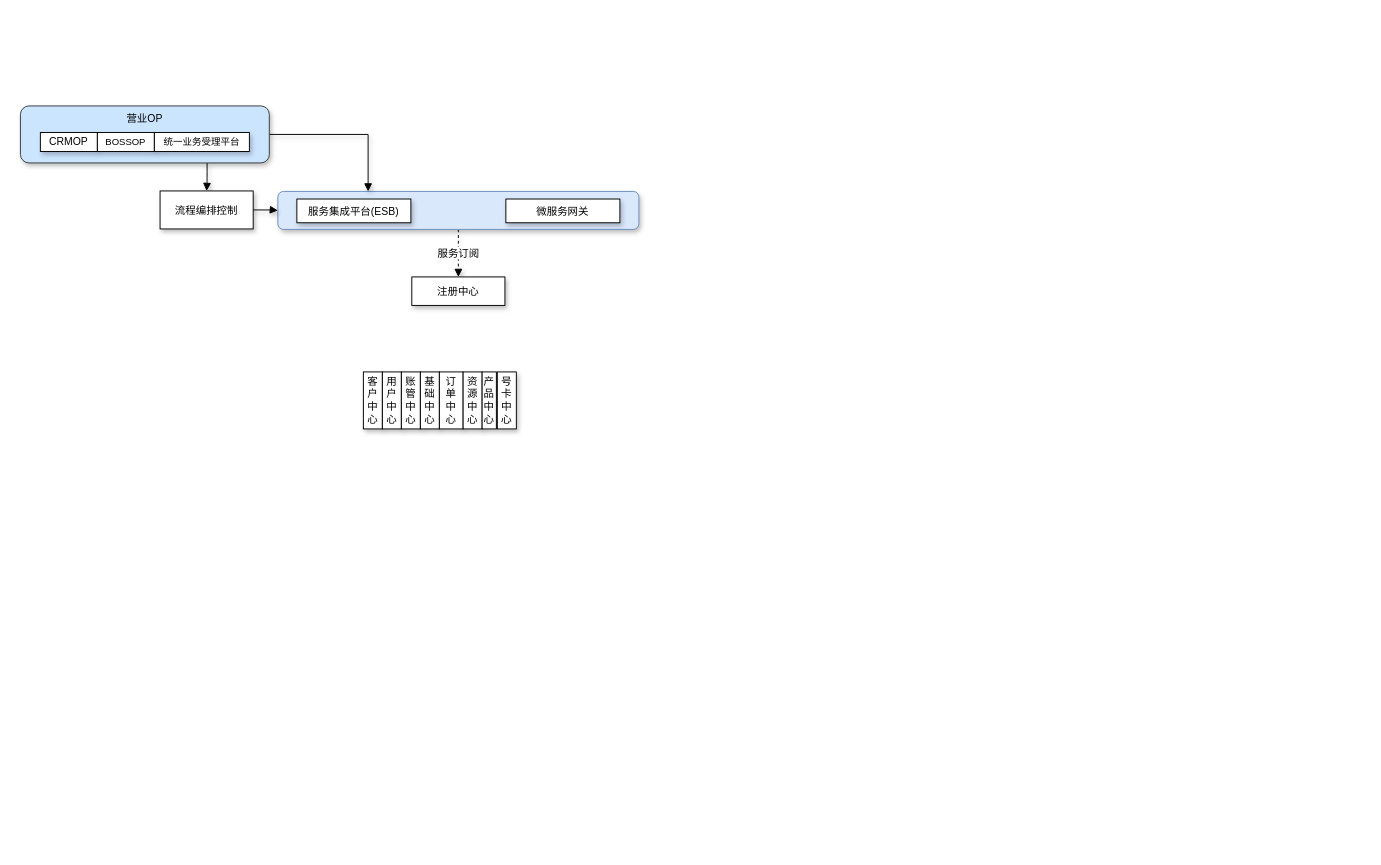
Earlier version of the draw.io diagram page "安徽移动系统地图" (8 of 8) of 微服务.drawio (qymmdj/draw-io). Source tidied: cells renumbered, new cells numbered last; positions are measured from the earlier drawing's top-left corner, leaving out a move shared by most shapes. Both pictures are drawn from the tidied source at 95%, with x=0, y=0 at pixel (20, 105).
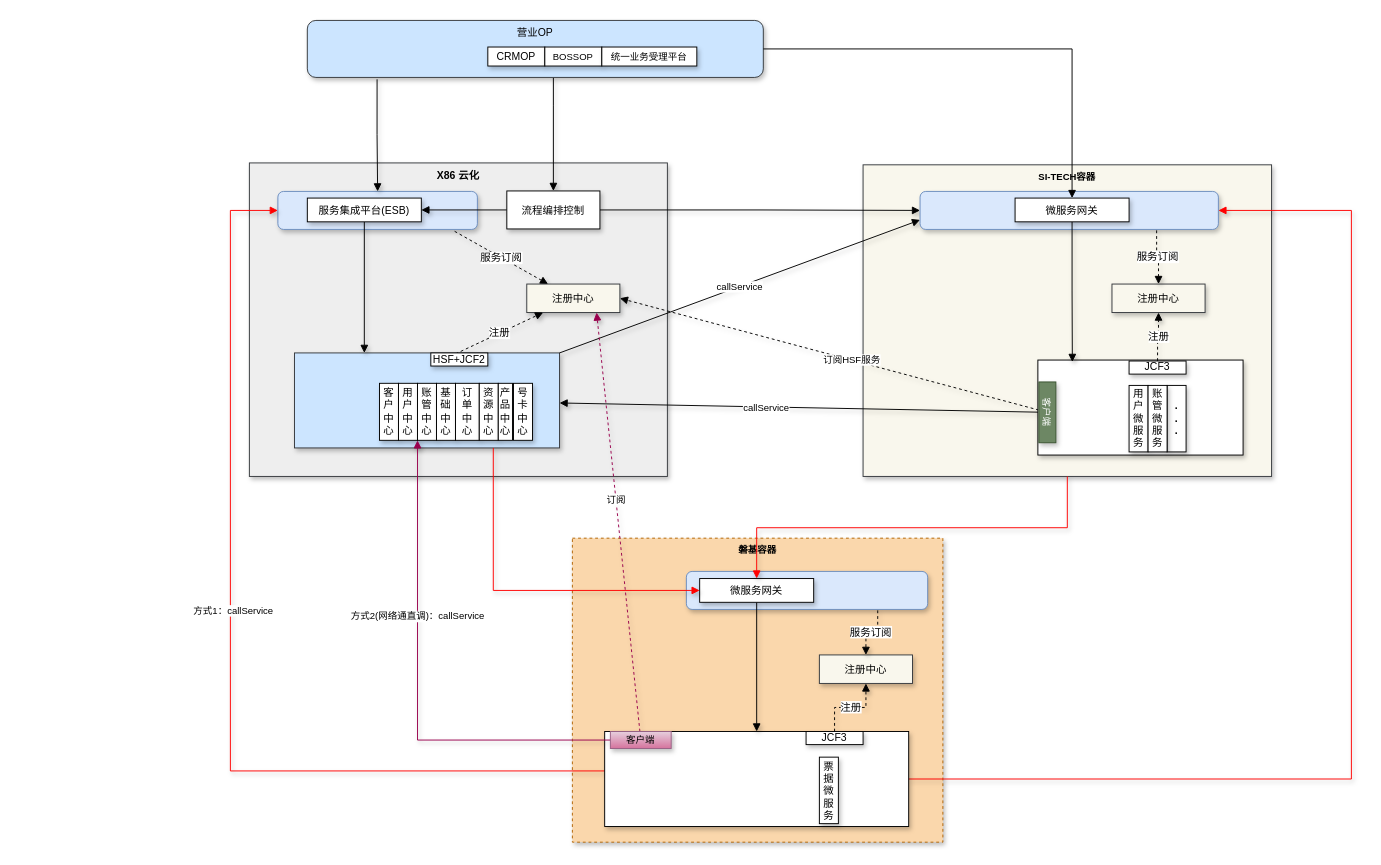
The same diagram, later.

Change to the diagram source:
```diff
@@
+    <mxCell id="23" value="磐基容器" style="rounded=0;whiteSpace=wrap;html=1;shadow=1;fontSize=10;fillColor=#fad7ac;strokeColor=#b46504;verticalAlign=top;fontStyle=1;dashed=1;" parent="1" vertex="1">
+      <mxGeometry x="581" y="455" width="390" height="320" as="geometry" />
+    </mxCell>
+    <mxCell id="24" value="SI-TECH容器" style="rounded=0;whiteSpace=wrap;html=1;shadow=1;fontSize=10;fillColor=#f9f7ed;strokeColor=#36393d;verticalAlign=top;fontStyle=1;" parent="1" vertex="1">
+      <mxGeometry x="887" y="62" width="430" height="328" as="geometry" />
+    </mxCell>
+    <mxCell id="25" value="X86 云化" style="rounded=0;whiteSpace=wrap;html=1;shadow=1;fontSize=11;fillColor=#eeeeee;strokeColor=#36393d;verticalAlign=top;fontStyle=1;" parent="1" vertex="1">
+      <mxGeometry x="241" y="60" width="440" height="330" as="geometry" />
+    </mxCell>
+    <mxCell id="26" style="rounded=0;whiteSpace=wrap;html=1;shadow=1;fontSize=11;fillColor=#cce5ff;strokeColor=#36393d;" parent="1" vertex="1">
+      <mxGeometry x="288.5" y="260" width="279" height="100" as="geometry" />
+    </mxCell>
-    <mxCell id="2" value="服务订阅" style="edgeStyle=orthogonalEdgeStyle;rounded=0;jettySize=auto;html=1;shadow=1;fontSize=11;startArrow=none;startFill=0;endArrow=block;endFill=1;dashed=1;" parent="1" edge="1" source="3" target="22">
+    <mxCell id="2" value="服务订阅" style="rounded=0;jettySize=auto;html=1;shadow=1;fontSize=11;startArrow=none;startFill=0;endArrow=block;endFill=1;dashed=1;exitX=0.886;exitY=1.05;exitDx=0;exitDy=0;exitPerimeter=0;" parent="1" edge="1" source="3" target="22">
       <mxGeometry relative="1" as="geometry" />
     </mxCell>
     <mxCell id="3" style="rounded=1;whiteSpace=wrap;html=1;shadow=1;fontSize=11;fillColor=#dae8fc;strokeColor=#6c8ebf;align=left;fontStyle=1;" parent="1" vertex="1">
-      <mxGeometry x="271" y="90" width="380" height="40" as="geometry" />
+      <mxGeometry x="271" y="90" width="210" height="40" as="geometry" />
     </mxCell>
+    <mxCell id="5" style="edgeStyle=orthogonalEdgeStyle;rounded=0;jettySize=auto;html=1;entryX=0.5;entryY=0;entryDx=0;entryDy=0;shadow=1;fontSize=11;startArrow=none;startFill=0;endArrow=block;endFill=1;exitX=0.153;exitY=1.033;exitDx=0;exitDy=0;exitPerimeter=0;" parent="1" edge="1" source="6" target="3">
+      <mxGeometry relative="1" as="geometry" />
+    </mxCell>
-    <mxCell id="4" style="edgeStyle=orthogonalEdgeStyle;curved=1;rounded=0;jettySize=auto;html=1;shadow=1;fontSize=11;startArrow=none;startFill=0;endArrow=block;endFill=1;exitX=0.75;exitY=1;exitDx=0;exitDy=0;" parent="1" edge="1" source="6" target="21">
-      <mxGeometry relative="1" as="geometry" />
+    <mxCell id="4" style="edgeStyle=orthogonalEdgeStyle;rounded=0;jettySize=auto;html=1;entryX=0.5;entryY=0;entryDx=0;entryDy=0;shadow=1;fontSize=10;startArrow=none;startFill=0;endArrow=block;endFill=1;" parent="1" edge="1" source="6" target="21">
+      <mxGeometry relative="1" as="geometry">
+        <Array as="points">
+          <mxPoint x="561" />
+          <mxPoint x="561" />
+        </Array>
+      </mxGeometry>
     </mxCell>
-    <mxCell id="5" style="edgeStyle=orthogonalEdgeStyle;rounded=0;jettySize=auto;html=1;entryX=0.25;entryY=0;entryDx=0;entryDy=0;shadow=1;fontSize=11;startArrow=none;startFill=0;endArrow=block;endFill=1;" parent="1" edge="1" source="6" target="3">
-      <mxGeometry relative="1" as="geometry" />
-    </mxCell>
     <mxCell id="6" value="营业OP" style="rounded=1;whiteSpace=wrap;html=1;shadow=1;fontSize=11;verticalAlign=top;fillColor=#cce5ff;strokeColor=#36393d;" parent="1" vertex="1">
-      <mxGeometry width="262" height="60" as="geometry" />
+      <mxGeometry x="302" y="-90" width="480" height="60" as="geometry" />
     </mxCell>
     <mxCell id="7" value="&lt;font style=&quot;font-size: 11px;&quot;&gt;CRMOP&lt;/font&gt;" style="rounded=0;whiteSpace=wrap;html=1;shadow=1;fontSize=10;" parent="1" vertex="1">
-      <mxGeometry x="21" y="28" width="60" height="20" as="geometry" />
+      <mxGeometry x="492" y="-62" width="60" height="20" as="geometry" />
     </mxCell>
     <mxCell id="8" value="BOSSOP" style="rounded=0;whiteSpace=wrap;html=1;shadow=1;fontSize=10;" parent="1" vertex="1">
-      <mxGeometry x="81" y="28" width="60" height="20" as="geometry" />
+      <mxGeometry x="552" y="-62" width="60" height="20" as="geometry" />
     </mxCell>
     <mxCell id="9" value="统一业务受理平台" style="rounded=0;whiteSpace=wrap;html=1;shadow=1;fontSize=10;" parent="1" vertex="1">
-      <mxGeometry x="141" y="28" width="100" height="20" as="geometry" />
+      <mxGeometry x="612" y="-62" width="100" height="20" as="geometry" />
     </mxCell>
+    <mxCell id="27" style="rounded=0;jettySize=auto;html=1;shadow=1;fontSize=11;startArrow=none;startFill=0;endArrow=block;endFill=1;" parent="1" edge="1" source="10">
+      <mxGeometry relative="1" as="geometry">
+        <mxPoint x="362" y="260" as="targetPoint" />
+      </mxGeometry>
+    </mxCell>
     <mxCell id="10" value="服务集成平台(ESB)" style="rounded=0;whiteSpace=wrap;html=1;shadow=1;fontSize=11;" parent="1" vertex="1">
-      <mxGeometry x="291" y="98" width="120" height="25" as="geometry" />
+      <mxGeometry x="302" y="97" width="120" height="25" as="geometry" />
     </mxCell>
-    <mxCell id="11" value="微服务网关" style="rounded=0;whiteSpace=wrap;html=1;shadow=1;fontSize=11;" parent="1" vertex="1">
-      <mxGeometry x="511" y="98" width="120" height="25" as="geometry" />
-    </mxCell>
     <mxCell id="12" value="客&lt;br&gt;户&lt;br&gt;中&lt;br&gt;心" style="rounded=0;whiteSpace=wrap;html=1;shadow=1;fontSize=11;" parent="1" vertex="1">
-      <mxGeometry x="361" y="280" width="20" height="60" as="geometry" />
+      <mxGeometry x="378" y="292" width="20" height="60" as="geometry" />
     </mxCell>
     <mxCell id="13" value="用&lt;br&gt;户&lt;br&gt;中&lt;br&gt;心" style="rounded=0;whiteSpace=wrap;html=1;shadow=1;fontSize=11;" parent="1" vertex="1">
-      <mxGeometry x="381" y="280" width="20" height="60" as="geometry" />
+      <mxGeometry x="398" y="292" width="20" height="60" as="geometry" />
     </mxCell>
     <mxCell id="14" value="账&lt;br&gt;管&lt;br&gt;中&lt;br&gt;心" style="rounded=0;whiteSpace=wrap;html=1;shadow=1;fontSize=11;" parent="1" vertex="1">
-      <mxGeometry x="401" y="280" width="20" height="60" as="geometry" />
+      <mxGeometry x="418" y="292" width="20" height="60" as="geometry" />
     </mxCell>
     <mxCell id="15" value="基&lt;br&gt;础&lt;br&gt;中&lt;br&gt;心" style="rounded=0;whiteSpace=wrap;html=1;shadow=1;fontSize=11;" parent="1" vertex="1">
-      <mxGeometry x="421" y="280" width="20" height="60" as="geometry" />
+      <mxGeometry x="438" y="292" width="20" height="60" as="geometry" />
     </mxCell>
     <mxCell id="16" value="订&lt;br&gt;单&lt;br&gt;中&lt;br&gt;心" style="rounded=0;whiteSpace=wrap;html=1;shadow=1;fontSize=11;" parent="1" vertex="1">
-      <mxGeometry x="441" y="280" width="25" height="60" as="geometry" />
+      <mxGeometry x="458" y="292" width="25" height="60" as="geometry" />
     </mxCell>
     <mxCell id="17" value="资&lt;br&gt;源&lt;br&gt;中&lt;br&gt;心" style="rounded=0;whiteSpace=wrap;html=1;shadow=1;fontSize=11;" parent="1" vertex="1">
-      <mxGeometry x="466" y="280" width="20" height="60" as="geometry" />
+      <mxGeometry x="483" y="292" width="20" height="60" as="geometry" />
     </mxCell>
     <mxCell id="18" value="产&lt;br&gt;品&lt;br&gt;中&lt;br&gt;心" style="rounded=0;whiteSpace=wrap;html=1;shadow=1;fontSize=11;" parent="1" vertex="1">
-      <mxGeometry x="486" y="280" width="15" height="60" as="geometry" />
+      <mxGeometry x="503" y="292" width="15" height="60" as="geometry" />
     </mxCell>
     <mxCell id="19" value="号&lt;br&gt;卡&lt;br&gt;中&lt;br&gt;心" style="rounded=0;whiteSpace=wrap;html=1;shadow=1;fontSize=11;" parent="1" vertex="1">
-      <mxGeometry x="502" y="280" width="20" height="60" as="geometry" />
+      <mxGeometry x="519" y="292" width="20" height="60" as="geometry" />
     </mxCell>
-    <mxCell id="20" style="edgeStyle=orthogonalEdgeStyle;rounded=0;jettySize=auto;html=1;entryX=0;entryY=0.5;entryDx=0;entryDy=0;shadow=1;fontSize=11;startArrow=none;startFill=0;endArrow=block;endFill=1;" parent="1" edge="1" source="21" target="3">
-      <mxGeometry relative="1" as="geometry" />
-    </mxCell>
+    <mxCell id="22" value="注册中心" style="rounded=0;whiteSpace=wrap;html=1;shadow=1;fontSize=11;fillColor=#f9f7ed;strokeColor=#36393d;" parent="1" vertex="1">
+      <mxGeometry x="533" y="187.5" width="98" height="30" as="geometry" />
+    </mxCell>
+    <mxCell id="28" value="注册" style="rounded=0;jettySize=auto;html=1;shadow=1;dashed=1;fontSize=11;startArrow=none;startFill=0;endArrow=block;endFill=1;" parent="1" edge="1" target="22">
+      <mxGeometry relative="1" as="geometry">
+        <mxPoint x="458" y="261" as="sourcePoint" />
+      </mxGeometry>
+    </mxCell>
+    <mxCell id="29" style="rounded=0;jettySize=auto;html=1;entryX=1;entryY=0.5;entryDx=0;entryDy=0;shadow=1;fontSize=10;startArrow=none;startFill=0;endArrow=block;endFill=1;dashed=1;" parent="1" edge="1" source="48" target="22">
+      <mxGeometry relative="1" as="geometry" />
+    </mxCell>
+    <mxCell id="30" value="订阅HSF服务" style="edgeLabel;html=1;align=center;verticalAlign=middle;fontSize=10;" parent="29" vertex="1">
+      <mxGeometry x="-0.1" y="-1" relative="1" as="geometry" />
+    </mxCell>
+    <mxCell id="31" style="edgeStyle=none;rounded=0;jettySize=auto;html=1;shadow=1;fontSize=10;startArrow=none;startFill=0;endArrow=block;endFill=1;" parent="1" edge="1" source="48" target="26">
+      <mxGeometry relative="1" as="geometry" />
+    </mxCell>
+    <mxCell id="32" value="callService" style="edgeLabel;html=1;align=center;verticalAlign=middle;fontSize=10;" parent="31" vertex="1">
+      <mxGeometry x="0.14" y="1" relative="1" as="geometry" />
+    </mxCell>
+    <mxCell id="33" value="HSF+JCF2" style="rounded=0;whiteSpace=wrap;html=1;shadow=1;fontSize=11;" parent="1" vertex="1">
+      <mxGeometry x="432" y="260" width="60" height="13.8" as="geometry" />
+    </mxCell>
+    <mxCell id="34" style="edgeStyle=orthogonalEdgeStyle;rounded=0;jettySize=auto;html=1;shadow=1;fontSize=10;startArrow=none;startFill=0;endArrow=block;endFill=1;" parent="1" edge="1" source="21" target="10">
+      <mxGeometry relative="1" as="geometry" />
+    </mxCell>
+    <mxCell id="35" style="edgeStyle=orthogonalEdgeStyle;rounded=0;jettySize=auto;html=1;entryX=0;entryY=0.5;entryDx=0;entryDy=0;shadow=1;fontSize=10;startArrow=none;startFill=0;endArrow=block;endFill=1;" parent="1" edge="1" source="21" target="38">
+      <mxGeometry relative="1" as="geometry" />
+    </mxCell>
     <mxCell id="21" value="流程编排控制" style="rounded=0;whiteSpace=wrap;html=1;shadow=1;fontSize=11;" parent="1" vertex="1">
-      <mxGeometry x="147" y="89.5" width="98" height="40" as="geometry" />
+      <mxGeometry x="512" y="89.5" width="98" height="40" as="geometry" />
     </mxCell>
-    <mxCell id="22" value="注册中心" style="rounded=0;whiteSpace=wrap;html=1;shadow=1;fontSize=11;" parent="1" vertex="1">
-      <mxGeometry x="412" y="180" width="98" height="30" as="geometry" />
-    </mxCell>
+    <mxCell id="36" value="callService" style="rounded=0;jettySize=auto;html=1;entryX=0;entryY=0.75;entryDx=0;entryDy=0;shadow=1;fontSize=10;startArrow=none;startFill=0;endArrow=block;endFill=1;exitX=1;exitY=0;exitDx=0;exitDy=0;" parent="1" edge="1" source="26" target="38">
+      <mxGeometry relative="1" as="geometry" />
+    </mxCell>
+    <mxCell id="37" style="rounded=0;whiteSpace=wrap;html=1;shadow=1;fontSize=11;" parent="1" vertex="1">
+      <mxGeometry x="1071" y="267.5" width="216" height="100" as="geometry" />
+    </mxCell>
+    <mxCell id="38" style="rounded=1;whiteSpace=wrap;html=1;shadow=1;fontSize=11;fillColor=#dae8fc;strokeColor=#6c8ebf;align=left;fontStyle=1;" parent="1" vertex="1">
+      <mxGeometry x="947" y="90" width="314" height="40" as="geometry" />
+    </mxCell>
+    <mxCell id="39" style="edgeStyle=orthogonalEdgeStyle;rounded=0;jettySize=auto;html=1;entryX=0.168;entryY=0.02;entryDx=0;entryDy=0;entryPerimeter=0;shadow=1;fontSize=11;startArrow=none;startFill=0;endArrow=block;endFill=1;" parent="1" edge="1" source="40" target="37">
+      <mxGeometry relative="1" as="geometry" />
+    </mxCell>
+    <mxCell id="40" value="微服务网关" style="rounded=0;whiteSpace=wrap;html=1;shadow=1;fontSize=11;" parent="1" vertex="1">
+      <mxGeometry x="1047" y="97" width="120" height="25" as="geometry" />
+    </mxCell>
+    <mxCell id="41" value="用户微服务" style="rounded=0;whiteSpace=wrap;html=1;shadow=1;fontSize=11;" parent="1" vertex="1">
+      <mxGeometry x="1167" y="294.2" width="20" height="70" as="geometry" />
+    </mxCell>
+    <mxCell id="42" value="&lt;b&gt;.&lt;br&gt;.&lt;br&gt;.&lt;/b&gt;" style="rounded=0;whiteSpace=wrap;html=1;shadow=1;fontSize=11;" parent="1" vertex="1">
+      <mxGeometry x="1207" y="294.2" width="20" height="70" as="geometry" />
+    </mxCell>
+    <mxCell id="43" value="账&lt;br&gt;管&lt;br&gt;微服务" style="rounded=0;whiteSpace=wrap;html=1;shadow=1;fontSize=11;" parent="1" vertex="1">
+      <mxGeometry x="1187" y="294.2" width="20" height="70" as="geometry" />
+    </mxCell>
+    <mxCell id="44" value="注册中心" style="rounded=0;whiteSpace=wrap;html=1;shadow=1;fontSize=11;fillColor=#f9f7ed;strokeColor=#36393d;" parent="1" vertex="1">
+      <mxGeometry x="1149" y="187.5" width="98" height="30" as="geometry" />
+    </mxCell>
+    <mxCell id="45" value="服务订阅" style="edgeStyle=orthogonalEdgeStyle;rounded=0;jettySize=auto;html=1;shadow=1;fontSize=11;startArrow=none;startFill=0;endArrow=block;endFill=1;dashed=1;exitX=0.793;exitY=1.025;exitDx=0;exitDy=0;exitPerimeter=0;" parent="1" edge="1" source="38" target="44">
+      <mxGeometry relative="1" as="geometry" />
+    </mxCell>
+    <mxCell id="46" value="注册" style="edgeStyle=orthogonalEdgeStyle;rounded=0;jettySize=auto;html=1;shadow=1;dashed=1;fontSize=11;startArrow=none;startFill=0;endArrow=block;endFill=1;" parent="1" edge="1" source="47" target="44">
+      <mxGeometry relative="1" as="geometry" />
+    </mxCell>
+    <mxCell id="47" value="JCF3" style="rounded=0;whiteSpace=wrap;html=1;shadow=1;fontSize=11;" parent="1" vertex="1">
+      <mxGeometry x="1167" y="268.5" width="60" height="13.8" as="geometry" />
+    </mxCell>
+    <mxCell id="48" value="&lt;span style=&quot;font-size: 10px;&quot;&gt;客户端&lt;/span&gt;" style="rounded=0;whiteSpace=wrap;html=1;shadow=1;fontSize=11;rotation=90;fillColor=#6d8764;strokeColor=#3A5431;fontColor=#ffffff;" parent="1" vertex="1">
+      <mxGeometry x="1049" y="313.6" width="64" height="17.9" as="geometry" />
+    </mxCell>
+    <mxCell id="49" style="edgeStyle=orthogonalEdgeStyle;rounded=0;jettySize=auto;html=1;entryX=0;entryY=0.5;entryDx=0;entryDy=0;shadow=1;fontSize=10;startArrow=none;startFill=0;endArrow=block;endFill=1;strokeColor=#FF0000;" parent="1" edge="1" source="52" target="3">
+      <mxGeometry relative="1" as="geometry">
+        <Array as="points">
+          <mxPoint x="221" y="700" />
+          <mxPoint x="221" y="110" />
+        </Array>
+      </mxGeometry>
+    </mxCell>
+    <mxCell id="50" value="方式1：callService" style="edgeLabel;html=1;align=center;verticalAlign=middle;fontSize=10;" parent="49" vertex="1">
+      <mxGeometry x="0.09" y="-2" relative="1" as="geometry" />
+    </mxCell>
+    <mxCell id="51" style="edgeStyle=orthogonalEdgeStyle;rounded=0;jettySize=auto;html=1;entryX=1;entryY=0.5;entryDx=0;entryDy=0;shadow=1;fontSize=10;startArrow=none;startFill=0;endArrow=block;endFill=1;strokeColor=#FF0000;" parent="1" edge="1" source="52" target="38">
+      <mxGeometry relative="1" as="geometry">
+        <Array as="points">
+          <mxPoint x="1401" y="709" />
+          <mxPoint x="1401" y="110" />
+        </Array>
+      </mxGeometry>
+    </mxCell>
+    <mxCell id="52" style="rounded=0;whiteSpace=wrap;html=1;shadow=1;fontSize=11;" parent="1" vertex="1">
+      <mxGeometry x="615" y="658.5" width="320" height="100" as="geometry" />
+    </mxCell>
+    <mxCell id="53" style="rounded=1;whiteSpace=wrap;html=1;shadow=1;fontSize=11;fillColor=#dae8fc;strokeColor=#6c8ebf;align=left;fontStyle=1;" parent="1" vertex="1">
+      <mxGeometry x="701" y="490" width="254" height="40" as="geometry" />
+    </mxCell>
+    <mxCell id="54" style="edgeStyle=orthogonalEdgeStyle;rounded=0;jettySize=auto;html=1;entryX=0.5;entryY=0;entryDx=0;entryDy=0;shadow=1;fontSize=11;startArrow=none;startFill=0;endArrow=block;endFill=1;" parent="1" edge="1" source="55" target="52">
+      <mxGeometry relative="1" as="geometry" />
+    </mxCell>
+    <mxCell id="55" value="微服务网关" style="rounded=0;whiteSpace=wrap;html=1;shadow=1;fontSize=11;" parent="1" vertex="1">
+      <mxGeometry x="715" y="497.5" width="120" height="25" as="geometry" />
+    </mxCell>
+    <mxCell id="56" value="票据微服务" style="rounded=0;whiteSpace=wrap;html=1;shadow=1;fontSize=11;" parent="1" vertex="1">
+      <mxGeometry x="841" y="685.5" width="20" height="70" as="geometry" />
+    </mxCell>
+    <mxCell id="57" value="注册中心" style="rounded=0;whiteSpace=wrap;html=1;shadow=1;fontSize=11;fillColor=#f9f7ed;strokeColor=#36393d;" parent="1" vertex="1">
+      <mxGeometry x="841" y="577.9" width="98" height="30" as="geometry" />
+    </mxCell>
+    <mxCell id="58" value="服务订阅" style="edgeStyle=orthogonalEdgeStyle;rounded=0;jettySize=auto;html=1;shadow=1;fontSize=11;startArrow=none;startFill=0;endArrow=block;endFill=1;dashed=1;exitX=0.793;exitY=1.025;exitDx=0;exitDy=0;exitPerimeter=0;" parent="1" edge="1" source="53" target="57">
+      <mxGeometry relative="1" as="geometry" />
+    </mxCell>
+    <mxCell id="59" value="注册" style="edgeStyle=orthogonalEdgeStyle;rounded=0;jettySize=auto;html=1;shadow=1;dashed=1;fontSize=11;startArrow=none;startFill=0;endArrow=block;endFill=1;" parent="1" edge="1" source="60" target="57">
+      <mxGeometry relative="1" as="geometry" />
+    </mxCell>
+    <mxCell id="60" value="JCF3" style="rounded=0;whiteSpace=wrap;html=1;shadow=1;fontSize=11;" parent="1" vertex="1">
+      <mxGeometry x="827" y="658.5" width="60" height="13.8" as="geometry" />
+    </mxCell>
+    <mxCell id="61" style="edgeStyle=elbowEdgeStyle;rounded=0;jettySize=auto;elbow=vertical;html=1;shadow=1;fontSize=10;startArrow=none;startFill=0;endArrow=block;endFill=1;strokeColor=#FF0000;" parent="1" edge="1" source="24" target="55">
+      <mxGeometry relative="1" as="geometry" />
+    </mxCell>
+    <mxCell id="62" style="edgeStyle=elbowEdgeStyle;rounded=0;jettySize=auto;elbow=vertical;html=1;shadow=1;fontSize=10;startArrow=none;startFill=0;endArrow=block;endFill=1;strokeColor=#FF0000;exitX=0.75;exitY=1;exitDx=0;exitDy=0;" parent="1" edge="1" source="26">
+      <mxGeometry relative="1" as="geometry">
+        <mxPoint x="715" y="510" as="targetPoint" />
+        <Array as="points">
+          <mxPoint x="671" y="510" />
+          <mxPoint x="591" y="500" />
+        </Array>
+      </mxGeometry>
+    </mxCell>
+    <mxCell id="63" style="edgeStyle=none;rounded=0;jettySize=auto;html=1;entryX=0.75;entryY=1;entryDx=0;entryDy=0;shadow=1;fontSize=10;startArrow=none;startFill=0;endArrow=block;endFill=1;strokeColor=#99004D;elbow=vertical;dashed=1;" parent="1" edge="1" source="67" target="22">
+      <mxGeometry relative="1" as="geometry" />
+    </mxCell>
+    <mxCell id="64" value="订阅" style="edgeLabel;html=1;align=center;verticalAlign=middle;fontSize=10;" parent="63" vertex="1">
+      <mxGeometry x="0.11" relative="1" as="geometry" />
+    </mxCell>
+    <mxCell id="65" style="edgeStyle=orthogonalEdgeStyle;rounded=0;jettySize=auto;html=1;entryX=0;entryY=1;entryDx=0;entryDy=0;shadow=1;fontSize=10;startArrow=none;startFill=0;endArrow=block;endFill=1;strokeColor=#99004D;elbow=vertical;" parent="1" edge="1" source="67" target="14">
+      <mxGeometry relative="1" as="geometry" />
+    </mxCell>
+    <mxCell id="66" value="方式2(网络通直调)：callService" style="edgeLabel;html=1;align=center;verticalAlign=middle;fontSize=10;" parent="65" vertex="1">
+      <mxGeometry x="0.29" y="1" relative="1" as="geometry" />
+    </mxCell>
+    <mxCell id="67" value="&lt;span style=&quot;font-size: 10px;&quot;&gt;客户端&lt;/span&gt;" style="rounded=0;whiteSpace=wrap;html=1;shadow=1;fontSize=11;rotation=0;fillColor=#e6d0de;strokeColor=#996185;gradientColor=#d5739d;" parent="1" vertex="1">
+      <mxGeometry x="621" y="658.5" width="64" height="17.9" as="geometry" />
+    </mxCell>
+    <mxCell id="68" style="edgeStyle=orthogonalEdgeStyle;jettySize=auto;html=1;entryX=0.5;entryY=0;entryDx=0;entryDy=0;shadow=0;fontSize=10;startArrow=none;startFill=0;endArrow=block;endFill=1;strokeColor=#000000;elbow=vertical;rounded=0;" parent="1" edge="1" source="6" target="40">
+      <mxGeometry relative="1" as="geometry" />
+    </mxCell>
```
